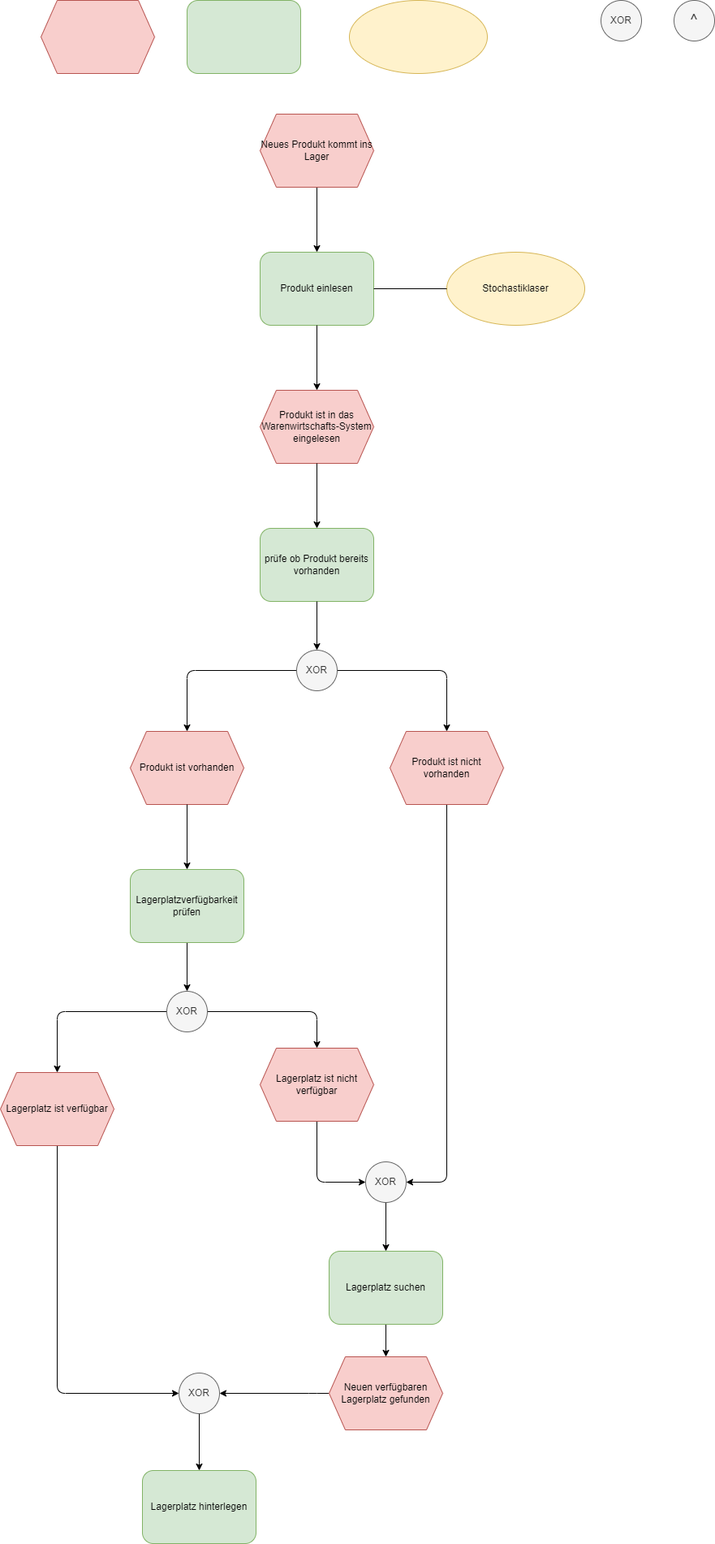
Above: 24.09.17/Optimierung der Lagerhaltung.drawio.png in CodeCrusaiderTrio/GID_Vb (draw.io), before the change. Source tidied: cells renumbered, new cells last; positions are measured from the earlier drawing's top-left corner, leaving out a move shared by most shapes. The source it was exported from:
```xml
<mxGraphModel>
  <root>
    <mxCell id="0" />
    <mxCell id="1" parent="0" />
    <mxCell id="2" style="shape=hexagon;perimeter=hexagonPerimeter2;whiteSpace=wrap;html=1;fixedSize=1;fillColor=#f8cecc;strokeColor=#b85450;" parent="1" vertex="1">
      <mxGeometry x="50" width="140" height="90" as="geometry" />
    </mxCell>
    <mxCell id="3" style="rounded=1;whiteSpace=wrap;html=1;fillColor=#d5e8d4;strokeColor=#82b366;" parent="1" vertex="1">
      <mxGeometry x="230" width="140" height="90" as="geometry" />
    </mxCell>
    <mxCell id="4" style="ellipse;whiteSpace=wrap;html=1;fillColor=#fff2cc;strokeColor=#d6b656;" parent="1" vertex="1">
      <mxGeometry x="430" width="170" height="90" as="geometry" />
    </mxCell>
    <mxCell id="5" value="XOR" style="ellipse;whiteSpace=wrap;html=1;fillColor=#f5f5f5;fontColor=#333333;strokeColor=#666666;" parent="1" vertex="1">
      <mxGeometry x="740" width="50" height="50" as="geometry" />
    </mxCell>
    <mxCell id="6" value="&lt;font style=&quot;font-size: 19px;&quot;&gt;^&lt;/font&gt;" style="ellipse;whiteSpace=wrap;html=1;fillColor=#f5f5f5;fontColor=#333333;strokeColor=#666666;" parent="1" vertex="1">
      <mxGeometry x="830" width="50" height="50" as="geometry" />
    </mxCell>
    <mxCell id="7" style="edgeStyle=none;html=1;entryX=0.5;entryY=0;entryDx=0;entryDy=0;fontSize=19;" parent="1" edge="1" source="8" target="9">
      <mxGeometry relative="1" as="geometry" />
    </mxCell>
    <mxCell id="8" value="Neues Produkt kommt ins Lager" style="shape=hexagon;perimeter=hexagonPerimeter2;whiteSpace=wrap;html=1;fixedSize=1;fillColor=#f8cecc;strokeColor=#b85450;size=20;" parent="1" vertex="1">
      <mxGeometry x="320" y="140" width="140" height="90" as="geometry" />
    </mxCell>
    <mxCell id="9" value="Produkt einlesen" style="rounded=1;whiteSpace=wrap;html=1;fillColor=#d5e8d4;strokeColor=#82b366;" parent="1" vertex="1">
      <mxGeometry x="320" y="310" width="140" height="90" as="geometry" />
    </mxCell>
    <mxCell id="10" value="Stochastiklaser" style="ellipse;whiteSpace=wrap;html=1;fillColor=#fff2cc;strokeColor=#d6b656;" parent="1" vertex="1">
      <mxGeometry x="550" y="310" width="170" height="90" as="geometry" />
    </mxCell>
    <mxCell id="11" style="endArrow=none;html=1;fontSize=19;exitX=1;exitY=0.5;exitDx=0;exitDy=0;entryX=0;entryY=0.5;entryDx=0;entryDy=0;" parent="1" edge="1" source="9" target="10">
      <mxGeometry relative="1" as="geometry" />
    </mxCell>
    <mxCell id="12" value="Produkt ist in das Warenwirtschafts-System eingelesen" style="shape=hexagon;perimeter=hexagonPerimeter2;whiteSpace=wrap;html=1;fixedSize=1;fillColor=#f8cecc;strokeColor=#b85450;size=20;" parent="1" vertex="1">
      <mxGeometry x="320" y="480" width="140" height="90" as="geometry" />
    </mxCell>
    <mxCell id="13" style="edgeStyle=none;html=1;entryX=0.5;entryY=0;entryDx=0;entryDy=0;fontSize=19;exitX=0.5;exitY=1;exitDx=0;exitDy=0;" parent="1" edge="1" source="9" target="12">
      <mxGeometry relative="1" as="geometry" />
    </mxCell>
    <mxCell id="14" style="edgeStyle=none;html=1;entryX=0.5;entryY=0;entryDx=0;entryDy=0;fontSize=19;exitX=0.5;exitY=1;exitDx=0;exitDy=0;" parent="1" edge="1" target="19">
      <mxGeometry relative="1" as="geometry">
        <mxPoint x="230" y="1160" as="sourcePoint" />
      </mxGeometry>
    </mxCell>
    <mxCell id="15" value="prüfe ob Produkt bereits vorhanden" style="rounded=1;whiteSpace=wrap;html=1;fillColor=#d5e8d4;strokeColor=#82b366;" parent="1" vertex="1">
      <mxGeometry x="320" y="650" width="140" height="90" as="geometry" />
    </mxCell>
    <mxCell id="16" style="edgeStyle=none;html=1;entryX=0.5;entryY=0;entryDx=0;entryDy=0;fontSize=19;exitX=0.5;exitY=1;exitDx=0;exitDy=0;" parent="1" edge="1" source="12" target="15">
      <mxGeometry relative="1" as="geometry" />
    </mxCell>
    <mxCell id="17" style="edgeStyle=none;html=1;fontSize=19;entryX=0.5;entryY=0;entryDx=0;entryDy=0;" parent="1" edge="1" source="19" target="21">
      <mxGeometry relative="1" as="geometry">
        <Array as="points">
          <mxPoint x="70" y="1245" />
        </Array>
      </mxGeometry>
    </mxCell>
    <mxCell id="18" style="edgeStyle=none;html=1;fontSize=19;entryX=0.5;entryY=0;entryDx=0;entryDy=0;" parent="1" edge="1" source="19" target="23">
      <mxGeometry relative="1" as="geometry">
        <Array as="points">
          <mxPoint x="390" y="1245" />
        </Array>
      </mxGeometry>
    </mxCell>
    <mxCell id="19" value="XOR" style="ellipse;whiteSpace=wrap;html=1;fillColor=#f5f5f5;fontColor=#333333;strokeColor=#666666;" parent="1" vertex="1">
      <mxGeometry x="205" y="1220" width="50" height="50" as="geometry" />
    </mxCell>
    <mxCell id="20" style="edgeStyle=none;html=1;fontSize=19;entryX=0;entryY=0.5;entryDx=0;entryDy=0;" parent="1" edge="1" source="21" target="30">
      <mxGeometry relative="1" as="geometry">
        <Array as="points">
          <mxPoint x="70" y="1715" />
        </Array>
      </mxGeometry>
    </mxCell>
    <mxCell id="21" value="Lagerplatz ist verfügbar" style="shape=hexagon;perimeter=hexagonPerimeter2;whiteSpace=wrap;html=1;fixedSize=1;fillColor=#f8cecc;strokeColor=#b85450;size=20;" parent="1" vertex="1">
      <mxGeometry y="1320" width="140" height="90" as="geometry" />
    </mxCell>
    <mxCell id="22" style="edgeStyle=none;html=1;fontSize=19;entryX=0;entryY=0.5;entryDx=0;entryDy=0;" parent="1" edge="1" source="23" target="41">
      <mxGeometry relative="1" as="geometry">
        <Array as="points">
          <mxPoint x="390" y="1455" />
        </Array>
      </mxGeometry>
    </mxCell>
    <mxCell id="23" value="Lagerplatz ist nicht verfügbar" style="shape=hexagon;perimeter=hexagonPerimeter2;whiteSpace=wrap;html=1;fixedSize=1;fillColor=#f8cecc;strokeColor=#b85450;size=20;" parent="1" vertex="1">
      <mxGeometry x="320" y="1290" width="140" height="90" as="geometry" />
    </mxCell>
    <mxCell id="24" style="edgeStyle=none;html=1;entryX=0.5;entryY=0;entryDx=0;entryDy=0;fontSize=19;" parent="1" edge="1" source="25" target="29">
      <mxGeometry relative="1" as="geometry" />
    </mxCell>
    <mxCell id="25" value="Lagerplatz suchen" style="rounded=1;whiteSpace=wrap;html=1;fillColor=#d5e8d4;strokeColor=#82b366;" parent="1" vertex="1">
      <mxGeometry x="405" y="1540" width="140" height="90" as="geometry" />
    </mxCell>
    <mxCell id="26" value="Lagerplatz hinterlegen" style="rounded=1;whiteSpace=wrap;html=1;fillColor=#d5e8d4;strokeColor=#82b366;" parent="1" vertex="1">
      <mxGeometry x="175" y="1810" width="140" height="90" as="geometry" />
    </mxCell>
    <mxCell id="27" style="edgeStyle=none;html=1;entryX=0.5;entryY=0;entryDx=0;entryDy=0;fontSize=19;exitX=0.5;exitY=1;exitDx=0;exitDy=0;" parent="1" edge="1" source="30" target="26">
      <mxGeometry relative="1" as="geometry" />
    </mxCell>
    <mxCell id="28" style="edgeStyle=none;html=1;entryX=1;entryY=0.5;entryDx=0;entryDy=0;fontSize=19;" parent="1" edge="1" source="29" target="30">
      <mxGeometry relative="1" as="geometry">
        <Array as="points">
          <mxPoint x="390" y="1715" />
        </Array>
      </mxGeometry>
    </mxCell>
    <mxCell id="29" value="Neuen verfügbaren Lagerplatz gefunden" style="shape=hexagon;perimeter=hexagonPerimeter2;whiteSpace=wrap;html=1;fixedSize=1;fillColor=#f8cecc;strokeColor=#b85450;size=20;" parent="1" vertex="1">
      <mxGeometry x="405" y="1670" width="140" height="90" as="geometry" />
    </mxCell>
    <mxCell id="30" value="XOR" style="ellipse;whiteSpace=wrap;html=1;fillColor=#f5f5f5;fontColor=#333333;strokeColor=#666666;" parent="1" vertex="1">
      <mxGeometry x="220" y="1690" width="50" height="50" as="geometry" />
    </mxCell>
    <mxCell id="31" style="edgeStyle=none;html=1;entryX=0.5;entryY=0;entryDx=0;entryDy=0;fontSize=19;exitX=0.5;exitY=1;exitDx=0;exitDy=0;" parent="1" edge="1" source="15" target="34">
      <mxGeometry relative="1" as="geometry" />
    </mxCell>
    <mxCell id="32" style="edgeStyle=none;html=1;fontSize=19;entryX=0.5;entryY=0;entryDx=0;entryDy=0;" parent="1" edge="1" source="34" target="35">
      <mxGeometry relative="1" as="geometry">
        <Array as="points">
          <mxPoint x="230" y="825" />
        </Array>
      </mxGeometry>
    </mxCell>
    <mxCell id="33" style="edgeStyle=none;html=1;fontSize=19;entryX=0.5;entryY=0;entryDx=0;entryDy=0;" parent="1" edge="1" source="34" target="37">
      <mxGeometry relative="1" as="geometry">
        <Array as="points">
          <mxPoint x="550" y="825" />
        </Array>
      </mxGeometry>
    </mxCell>
    <mxCell id="34" value="XOR" style="ellipse;whiteSpace=wrap;html=1;fillColor=#f5f5f5;fontColor=#333333;strokeColor=#666666;" parent="1" vertex="1">
      <mxGeometry x="365" y="800" width="50" height="50" as="geometry" />
    </mxCell>
    <mxCell id="35" value="Produkt ist vorhanden" style="shape=hexagon;perimeter=hexagonPerimeter2;whiteSpace=wrap;html=1;fixedSize=1;fillColor=#f8cecc;strokeColor=#b85450;size=20;" parent="1" vertex="1">
      <mxGeometry x="160" y="900" width="140" height="90" as="geometry" />
    </mxCell>
    <mxCell id="36" style="edgeStyle=none;html=1;fontSize=19;entryX=1;entryY=0.5;entryDx=0;entryDy=0;" parent="1" edge="1" source="37" target="41">
      <mxGeometry relative="1" as="geometry">
        <Array as="points">
          <mxPoint x="550" y="1455" />
        </Array>
      </mxGeometry>
    </mxCell>
    <mxCell id="37" value="Produkt ist nicht vorhanden" style="shape=hexagon;perimeter=hexagonPerimeter2;whiteSpace=wrap;html=1;fixedSize=1;fillColor=#f8cecc;strokeColor=#b85450;size=20;" parent="1" vertex="1">
      <mxGeometry x="480" y="900" width="140" height="90" as="geometry" />
    </mxCell>
    <mxCell id="38" value="Lagerplatzverfügbarkeit prüfen" style="rounded=1;whiteSpace=wrap;html=1;fillColor=#d5e8d4;strokeColor=#82b366;" parent="1" vertex="1">
      <mxGeometry x="160" y="1070" width="140" height="90" as="geometry" />
    </mxCell>
    <mxCell id="39" style="edgeStyle=none;html=1;entryX=0.5;entryY=0;entryDx=0;entryDy=0;fontSize=19;exitX=0.5;exitY=1;exitDx=0;exitDy=0;" parent="1" edge="1" target="38">
      <mxGeometry relative="1" as="geometry">
        <mxPoint x="230" y="990" as="sourcePoint" />
      </mxGeometry>
    </mxCell>
    <mxCell id="40" style="edgeStyle=none;html=1;entryX=0.5;entryY=0;entryDx=0;entryDy=0;fontSize=19;" parent="1" edge="1" source="41" target="25">
      <mxGeometry relative="1" as="geometry" />
    </mxCell>
    <mxCell id="41" value="XOR" style="ellipse;whiteSpace=wrap;html=1;fillColor=#f5f5f5;fontColor=#333333;strokeColor=#666666;" parent="1" vertex="1">
      <mxGeometry x="450" y="1430" width="50" height="50" as="geometry" />
    </mxCell>
  </root>
</mxGraphModel>
```
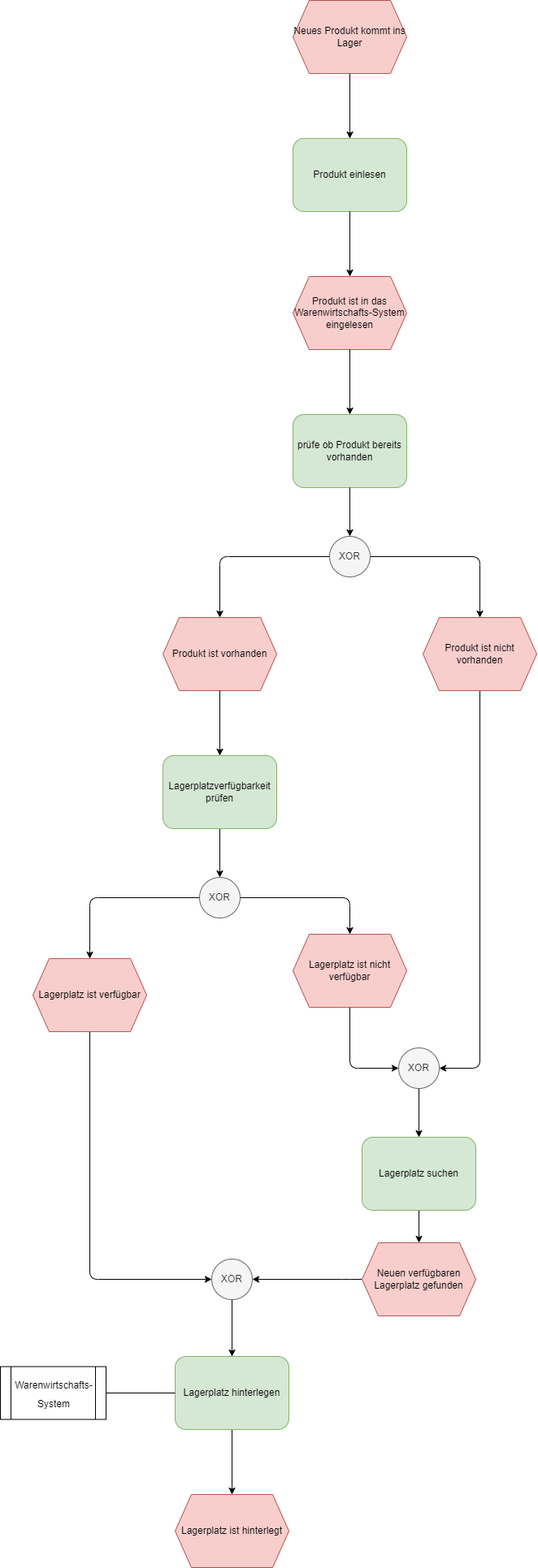
The same diagram one commit later.

Change to the diagram source:
```diff
@@ -2,21 +2,6 @@
   <root>
     <mxCell id="0" />
     <mxCell id="1" parent="0" />
-    <mxCell id="2" style="shape=hexagon;perimeter=hexagonPerimeter2;whiteSpace=wrap;html=1;fixedSize=1;fillColor=#f8cecc;strokeColor=#b85450;" parent="1" vertex="1">
-      <mxGeometry x="50" width="140" height="90" as="geometry" />
-    </mxCell>
-    <mxCell id="3" style="rounded=1;whiteSpace=wrap;html=1;fillColor=#d5e8d4;strokeColor=#82b366;" parent="1" vertex="1">
-      <mxGeometry x="230" width="140" height="90" as="geometry" />
-    </mxCell>
-    <mxCell id="4" style="ellipse;whiteSpace=wrap;html=1;fillColor=#fff2cc;strokeColor=#d6b656;" parent="1" vertex="1">
-      <mxGeometry x="430" width="170" height="90" as="geometry" />
-    </mxCell>
-    <mxCell id="5" value="XOR" style="ellipse;whiteSpace=wrap;html=1;fillColor=#f5f5f5;fontColor=#333333;strokeColor=#666666;" parent="1" vertex="1">
-      <mxGeometry x="740" width="50" height="50" as="geometry" />
-    </mxCell>
-    <mxCell id="6" value="&lt;font style=&quot;font-size: 19px;&quot;&gt;^&lt;/font&gt;" style="ellipse;whiteSpace=wrap;html=1;fillColor=#f5f5f5;fontColor=#333333;strokeColor=#666666;" parent="1" vertex="1">
-      <mxGeometry x="830" width="50" height="50" as="geometry" />
-    </mxCell>
     <mxCell id="7" style="edgeStyle=none;html=1;entryX=0.5;entryY=0;entryDx=0;entryDy=0;fontSize=19;" parent="1" edge="1" source="8" target="9">
       <mxGeometry relative="1" as="geometry" />
     </mxCell>
@@ -26,12 +11,6 @@
     <mxCell id="9" value="Produkt einlesen" style="rounded=1;whiteSpace=wrap;html=1;fillColor=#d5e8d4;strokeColor=#82b366;" parent="1" vertex="1">
       <mxGeometry x="320" y="310" width="140" height="90" as="geometry" />
     </mxCell>
-    <mxCell id="10" value="Stochastiklaser" style="ellipse;whiteSpace=wrap;html=1;fillColor=#fff2cc;strokeColor=#d6b656;" parent="1" vertex="1">
-      <mxGeometry x="550" y="310" width="170" height="90" as="geometry" />
-    </mxCell>
-    <mxCell id="11" style="endArrow=none;html=1;fontSize=19;exitX=1;exitY=0.5;exitDx=0;exitDy=0;entryX=0;entryY=0.5;entryDx=0;entryDy=0;" parent="1" edge="1" source="9" target="10">
-      <mxGeometry relative="1" as="geometry" />
-    </mxCell>
     <mxCell id="12" value="Produkt ist in das Warenwirtschafts-System eingelesen" style="shape=hexagon;perimeter=hexagonPerimeter2;whiteSpace=wrap;html=1;fixedSize=1;fillColor=#f8cecc;strokeColor=#b85450;size=20;" parent="1" vertex="1">
       <mxGeometry x="320" y="480" width="140" height="90" as="geometry" />
     </mxCell>
@@ -92,6 +71,9 @@
     <mxCell id="25" value="Lagerplatz suchen" style="rounded=1;whiteSpace=wrap;html=1;fillColor=#d5e8d4;strokeColor=#82b366;" parent="1" vertex="1">
       <mxGeometry x="405" y="1540" width="140" height="90" as="geometry" />
     </mxCell>
+    <mxCell id="42" style="edgeStyle=none;html=1;fontSize=19;" parent="1" edge="1" source="26" target="43">
+      <mxGeometry relative="1" as="geometry" />
+    </mxCell>
     <mxCell id="26" value="Lagerplatz hinterlegen" style="rounded=1;whiteSpace=wrap;html=1;fillColor=#d5e8d4;strokeColor=#82b366;" parent="1" vertex="1">
       <mxGeometry x="175" y="1810" width="140" height="90" as="geometry" />
     </mxCell>
@@ -158,5 +140,14 @@
     <mxCell id="41" value="XOR" style="ellipse;whiteSpace=wrap;html=1;fillColor=#f5f5f5;fontColor=#333333;strokeColor=#666666;" parent="1" vertex="1">
       <mxGeometry x="450" y="1430" width="50" height="50" as="geometry" />
     </mxCell>
+    <mxCell id="43" value="Lagerplatz ist hinterlegt" style="shape=hexagon;perimeter=hexagonPerimeter2;whiteSpace=wrap;html=1;fixedSize=1;fillColor=#f8cecc;strokeColor=#b85450;size=20;" parent="1" vertex="1">
+      <mxGeometry x="175" y="1980" width="140" height="90" as="geometry" />
+    </mxCell>
+    <mxCell id="44" value="&lt;font style=&quot;font-size: 12px;&quot;&gt;Warenwirtschafts-System&lt;/font&gt;" style="shape=process;whiteSpace=wrap;html=1;backgroundOutline=1;fontSize=19;" parent="1" vertex="1">
+      <mxGeometry x="-40" y="1822.5" width="130" height="65" as="geometry" />
+    </mxCell>
+    <mxCell id="45" style="endArrow=none;html=1;fontSize=19;entryX=0;entryY=0.5;entryDx=0;entryDy=0;exitX=1;exitY=0.5;exitDx=0;exitDy=0;" parent="1" edge="1" source="44" target="26">
+      <mxGeometry relative="1" as="geometry" />
+    </mxCell>
   </root>
 </mxGraphModel>
```
